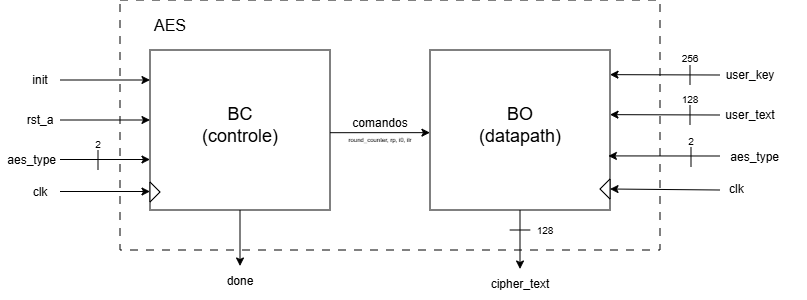
This is docs/diagramas/Diagrama BO_BC.drawio.png from thalescazevedo/aes-encryption-vhdl, a draw.io export, as it was before one commit. Source tidied: cells renumbered, new cells last; positions are measured from the earlier drawing's top-left corner, leaving out a move shared by most shapes.
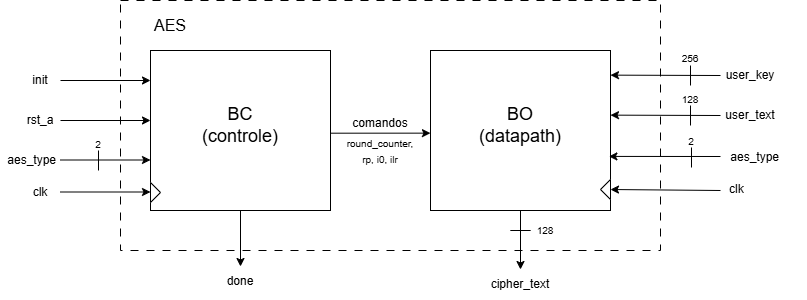
The same file after the commit.

Change to the diagram source:
```diff
@@ -68,8 +68,8 @@
     <mxCell id="19" value="comandos&lt;span style=&quot;color: rgba(0, 0, 0, 0); font-family: monospace; font-size: 0px; text-align: start; white-space: nowrap;&quot;&gt;%3CmxGraphModel%3E%3Croot%3E%3CmxCell%20id%3D%220%22%2F%3E%3CmxCell%20id%3D%221%22%20parent%3D%220%22%2F%3E%3CmxCell%20id%3D%222%22%20parent%3D%221%22%20style%3D%22text%3Bhtml%3D1%3BwhiteSpace%3Dwrap%3BstrokeColor%3Dnone%3BfillColor%3Dnone%3Balign%3Dcenter%3BverticalAlign%3Dmiddle%3Brounded%3D0%3B%22%20value%3D%22%26lt%3Bfont%26gt%3Binit%26lt%3B%2Ffont%26gt%3B%22%20vertex%3D%221%22%3E%3CmxGeometry%20height%3D%2230%22%20width%3D%2280%22%20y%3D%22305%22%20as%3D%22geometry%22%2F%3E%3C%2FmxCell%3E%3C%2Froot%3E%3C%2FmxGraphModel%3E&lt;/span&gt;" style="text;html=1;whiteSpace=wrap;strokeColor=none;fillColor=none;align=center;verticalAlign=middle;rounded=0;labelBackgroundColor=none;" parent="1" vertex="1">
       <mxGeometry x="340" y="108" width="80" height="30" as="geometry" />
     </mxCell>
-    <mxCell id="20" value="&lt;font style=&quot;font-size: 6px;&quot;&gt;round_counter, rp, i0, ilr&lt;/font&gt;" style="text;html=1;whiteSpace=wrap;strokeColor=none;fillColor=none;align=center;verticalAlign=middle;rounded=0;labelBackgroundColor=none;" parent="1" vertex="1">
-      <mxGeometry x="340" y="123" width="80" height="30" as="geometry" />
+    <mxCell id="20" value="&lt;font style=&quot;font-size: 10px;&quot;&gt;round_counter, rp, i0, ilr&lt;/font&gt;" style="text;html=1;whiteSpace=wrap;strokeColor=none;fillColor=none;align=center;verticalAlign=middle;rounded=0;labelBackgroundColor=none;fontSize=13;" parent="1" vertex="1">
+      <mxGeometry x="340" y="135" width="80" height="30" as="geometry" />
     </mxCell>
     <mxCell id="21" style="endArrow=classic;html=1;rounded=0;labelBackgroundColor=none;fontColor=default;" parent="1" edge="1">
       <mxGeometry relative="1" as="geometry">
```
